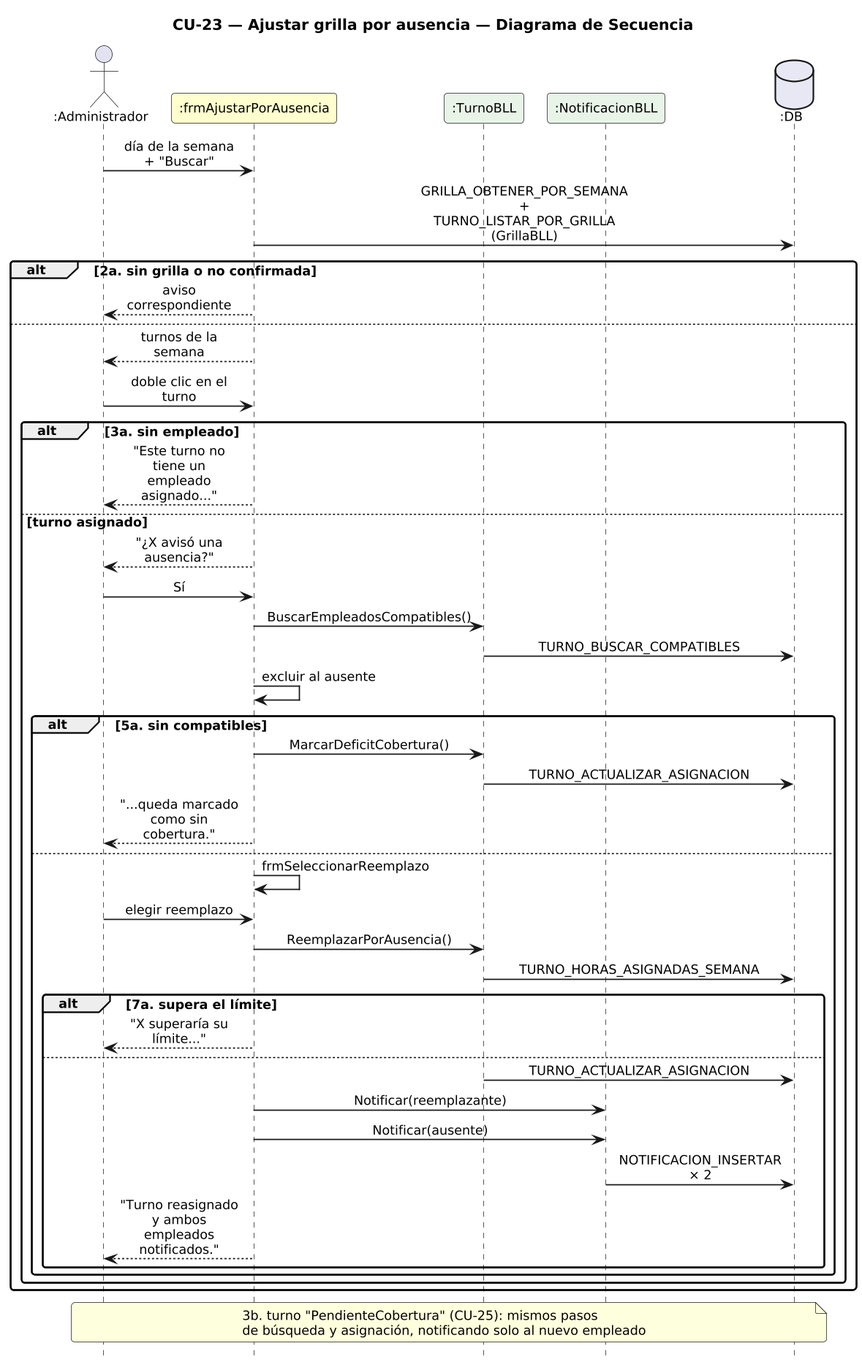
Urrels/ingenieria_software keeps this PlantUML diagram as DIAGRAMAS/DiagramaSecuencia_CU23_AjustarGrillaAusencia.png. Above is the earlier version.
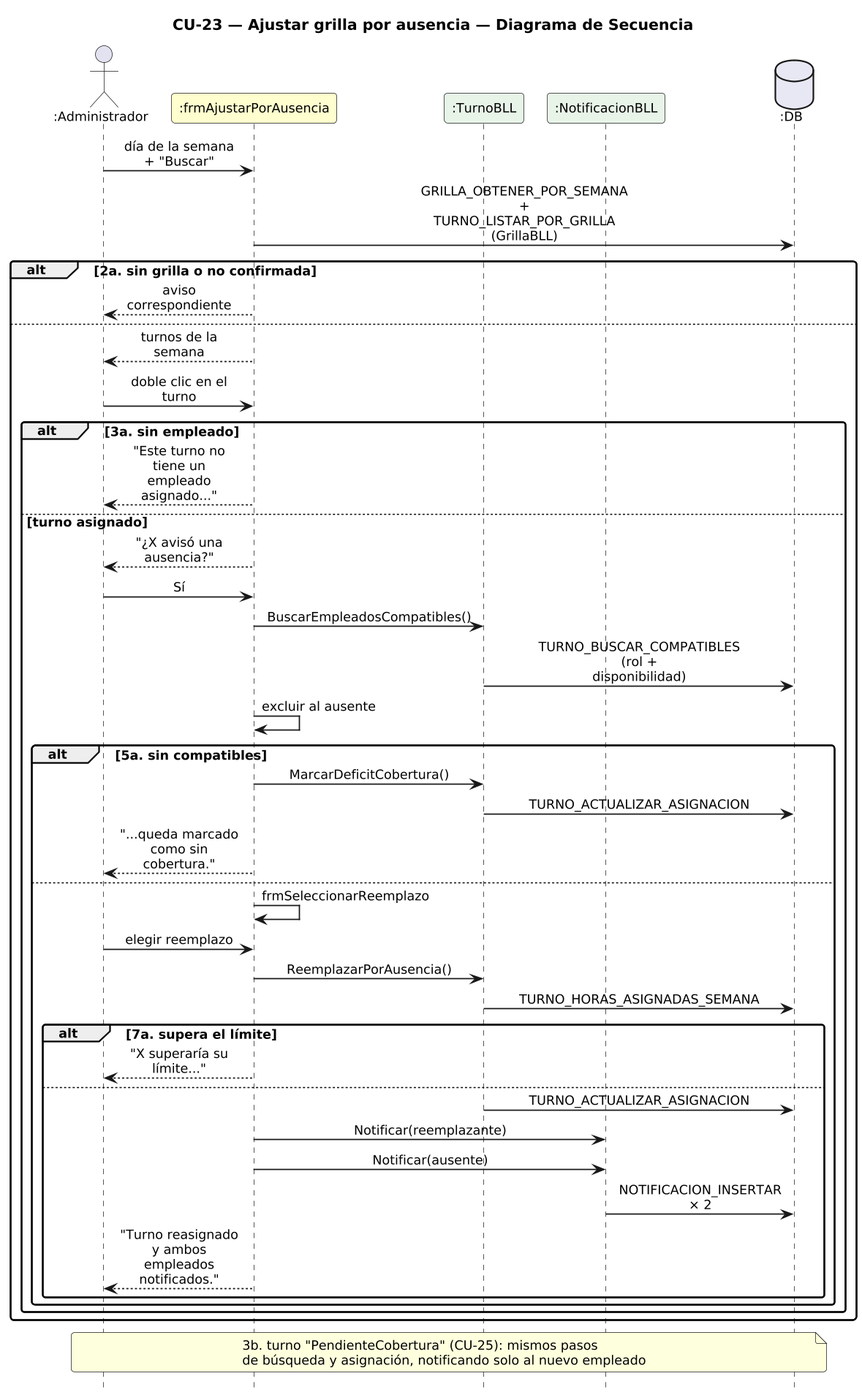
Above is the later version.

What changed in the source:
```diff
@@ -32,7 +32,7 @@
     F --> A : "¿X avisó una ausencia?"
     A -> F : Sí
     F -> T : BuscarEmpleadosCompatibles()
-    T -> DB : TURNO_BUSCAR_COMPATIBLES
+    T -> DB : TURNO_BUSCAR_COMPATIBLES\n(rol + disponibilidad)
     F -> F : excluir al ausente
     alt 5a. sin compatibles
       F -> T : MarcarDeficitCobertura()
```
